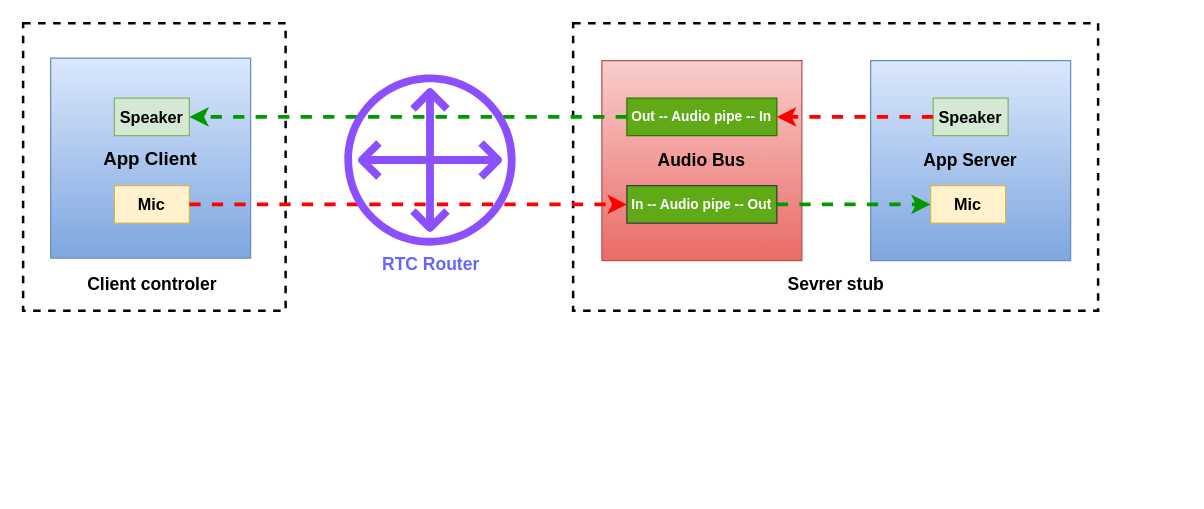
The draw.io diagram realtimemode.drawio in nxtreaming/webchat, before the edit. Source tidied: cells renumbered, new cells numbered last; positions are measured from the earlier drawing's top-left corner, leaving out a move shared by most shapes. Both pictures are drawn from the tidied source at 125%, with x=0, y=0 at pixel (22, 22).
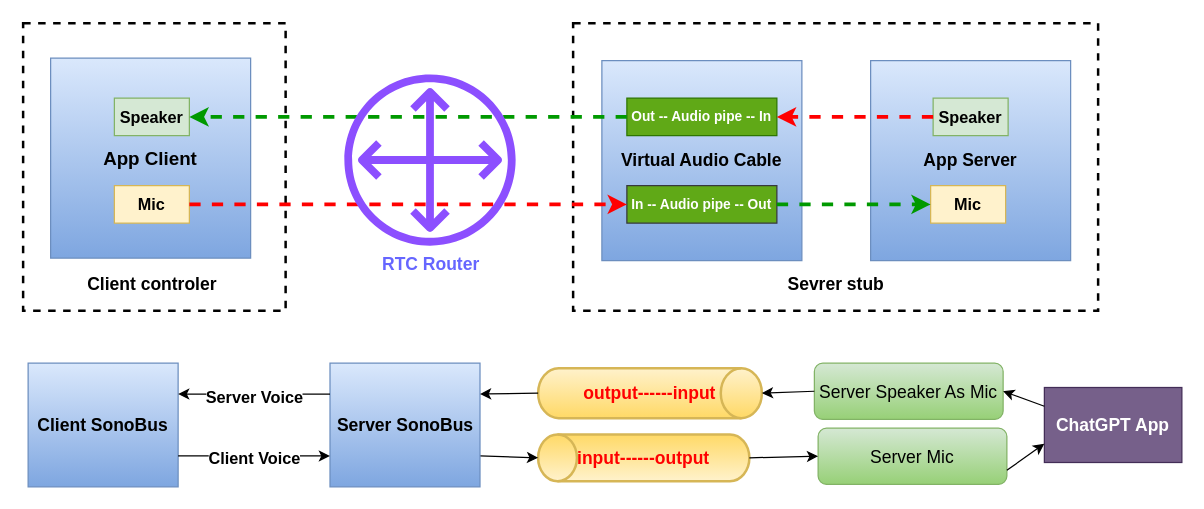
The same page after the edit.

Change to the diagram source:
```diff
@@
-    <mxCell id="10" value="&lt;font style=&quot;font-size: 14px;&quot;&gt;&lt;b&gt;Audio Bus&lt;/b&gt;&lt;/font&gt;" style="whiteSpace=wrap;html=1;fillColor=#f8cecc;gradientColor=#ea6b66;strokeColor=#b85450;" parent="1" vertex="1">
+    <mxCell id="10" value="&lt;font style=&quot;font-size: 14px;&quot;&gt;&lt;b&gt;Virtual Audio Cable&lt;/b&gt;&lt;/font&gt;" style="whiteSpace=wrap;html=1;fillColor=#dae8fc;strokeColor=#6c8ebf;gradientColor=#7ea6e0;" parent="1" vertex="1">
       <mxGeometry x="463" y="30" width="160" height="160" as="geometry" />
     </mxCell>
@@
+    <mxCell id="20" value="&lt;font color=&quot;#ff0000&quot; size=&quot;1&quot; style=&quot;&quot;&gt;&lt;b style=&quot;font-size: 14px;&quot;&gt;output------input&lt;/b&gt;&lt;/font&gt;" style="strokeWidth=2;html=1;shape=mxgraph.flowchart.direct_data;whiteSpace=wrap;fillColor=#fff2cc;gradientColor=#ffd966;strokeColor=#d6b656;" parent="1" vertex="1">
+      <mxGeometry x="412" y="276" width="179" height="40" as="geometry" />
+    </mxCell>
+    <mxCell id="21" value="&lt;font style=&quot;font-size: 14px;&quot;&gt;Server Speaker As Mic&lt;/font&gt;" style="rounded=1;whiteSpace=wrap;html=1;fillColor=#d5e8d4;gradientColor=#97d077;strokeColor=#82b366;" parent="1" vertex="1">
+      <mxGeometry x="633" y="272" width="151" height="45" as="geometry" />
+    </mxCell>
+    <mxCell id="22" value="&lt;font color=&quot;#ff0000&quot; size=&quot;1&quot; style=&quot;&quot;&gt;&lt;b style=&quot;font-size: 14px;&quot;&gt;input------output&lt;/b&gt;&lt;/font&gt;" style="strokeWidth=2;html=1;shape=mxgraph.flowchart.direct_data;whiteSpace=wrap;direction=west;fillColor=#fff2cc;gradientColor=#ffd966;strokeColor=#d6b656;" parent="1" vertex="1">
+      <mxGeometry x="412" y="329" width="169" height="37.5" as="geometry" />
+    </mxCell>
+    <mxCell id="23" style="endArrow=classic;html=1;rounded=0;exitX=1;exitY=0.75;exitDx=0;exitDy=0;entryX=1;entryY=0.5;entryDx=0;entryDy=0;entryPerimeter=0;" parent="1" edge="1" source="27" target="22">
+      <mxGeometry relative="1" as="geometry" />
+    </mxCell>
+    <mxCell id="24" style="endArrow=classic;html=1;rounded=0;exitX=0;exitY=0.5;exitDx=0;exitDy=0;entryX=1;entryY=0.5;entryDx=0;entryDy=0;entryPerimeter=0;" parent="1" edge="1" source="21" target="20">
+      <mxGeometry relative="1" as="geometry" />
+    </mxCell>
+    <mxCell id="25" value="&lt;font style=&quot;font-size: 14px;&quot;&gt;Server Mic&lt;/font&gt;" style="rounded=1;whiteSpace=wrap;html=1;fillColor=#d5e8d4;gradientColor=#97d077;strokeColor=#82b366;" parent="1" vertex="1">
+      <mxGeometry x="636" y="324" width="151" height="45" as="geometry" />
+    </mxCell>
+    <mxCell id="26" style="endArrow=classic;html=1;rounded=0;exitX=0;exitY=0.5;exitDx=0;exitDy=0;exitPerimeter=0;entryX=0;entryY=0.5;entryDx=0;entryDy=0;" parent="1" edge="1" source="22" target="25">
+      <mxGeometry relative="1" as="geometry" />
+    </mxCell>
+    <mxCell id="27" value="&lt;font style=&quot;font-size: 14px;&quot;&gt;&lt;b&gt;Server SonoBus&lt;/b&gt;&lt;/font&gt;" style="rounded=0;whiteSpace=wrap;html=1;fillColor=#dae8fc;gradientColor=#7ea6e0;strokeColor=#6c8ebf;" parent="1" vertex="1">
+      <mxGeometry x="245.5" y="272" width="120" height="99" as="geometry" />
+    </mxCell>
+    <mxCell id="28" style="endArrow=classic;html=1;rounded=0;exitX=0;exitY=0.5;exitDx=0;exitDy=0;exitPerimeter=0;entryX=1;entryY=0.25;entryDx=0;entryDy=0;" parent="1" edge="1" source="20" target="27">
+      <mxGeometry relative="1" as="geometry" />
+    </mxCell>
+    <mxCell id="29" value="&lt;font style=&quot;font-size: 14px;&quot;&gt;&lt;b&gt;Client SonoBus&lt;/b&gt;&lt;/font&gt;" style="rounded=0;whiteSpace=wrap;html=1;fillColor=#dae8fc;gradientColor=#7ea6e0;strokeColor=#6c8ebf;" parent="1" vertex="1">
+      <mxGeometry x="4" y="272" width="120" height="99" as="geometry" />
+    </mxCell>
+    <mxCell id="30" style="endArrow=classic;html=1;rounded=0;exitX=1;exitY=0.75;exitDx=0;exitDy=0;entryX=0;entryY=0.75;entryDx=0;entryDy=0;" parent="1" edge="1" source="29" target="27">
+      <mxGeometry relative="1" as="geometry" />
+    </mxCell>
+    <mxCell id="31" value="&lt;font size=&quot;1&quot; style=&quot;&quot;&gt;&lt;b style=&quot;font-size: 13px;&quot;&gt;Client Voice&lt;/b&gt;&lt;/font&gt;" style="edgeLabel;html=1;align=center;verticalAlign=middle;" parent="30" vertex="1">
+      <mxGeometry x="-0.02" y="-1" relative="1" as="geometry" />
+    </mxCell>
+    <mxCell id="32" style="endArrow=classic;html=1;rounded=0;exitX=0;exitY=0.25;exitDx=0;exitDy=0;entryX=1;entryY=0.25;entryDx=0;entryDy=0;" parent="1" edge="1" source="27" target="29">
+      <mxGeometry relative="1" as="geometry" />
+    </mxCell>
+    <mxCell id="33" value="&lt;font size=&quot;1&quot; style=&quot;&quot;&gt;&lt;b style=&quot;font-size: 13px;&quot;&gt;Server Voice&lt;/b&gt;&lt;/font&gt;" style="edgeLabel;html=1;align=center;verticalAlign=middle;" parent="32" vertex="1">
+      <mxGeometry y="2" relative="1" as="geometry" />
+    </mxCell>
+    <mxCell id="34" value="&lt;font style=&quot;font-size: 14px;&quot;&gt;&lt;b&gt;ChatGPT App&lt;/b&gt;&lt;/font&gt;" style="rounded=0;whiteSpace=wrap;html=1;fillColor=#76608a;fontColor=#ffffff;strokeColor=#432D57;" parent="1" vertex="1">
+      <mxGeometry x="817" y="291.5" width="110" height="60" as="geometry" />
+    </mxCell>
+    <mxCell id="35" style="endArrow=classic;html=1;rounded=0;exitX=0;exitY=0.25;exitDx=0;exitDy=0;entryX=1;entryY=0.5;entryDx=0;entryDy=0;" parent="1" edge="1" source="34" target="21">
+      <mxGeometry relative="1" as="geometry" />
+    </mxCell>
+    <mxCell id="36" style="endArrow=classic;html=1;rounded=0;exitX=1;exitY=0.75;exitDx=0;exitDy=0;entryX=0;entryY=0.75;entryDx=0;entryDy=0;" parent="1" edge="1" source="25" target="34">
+      <mxGeometry relative="1" as="geometry" />
+    </mxCell>
```
